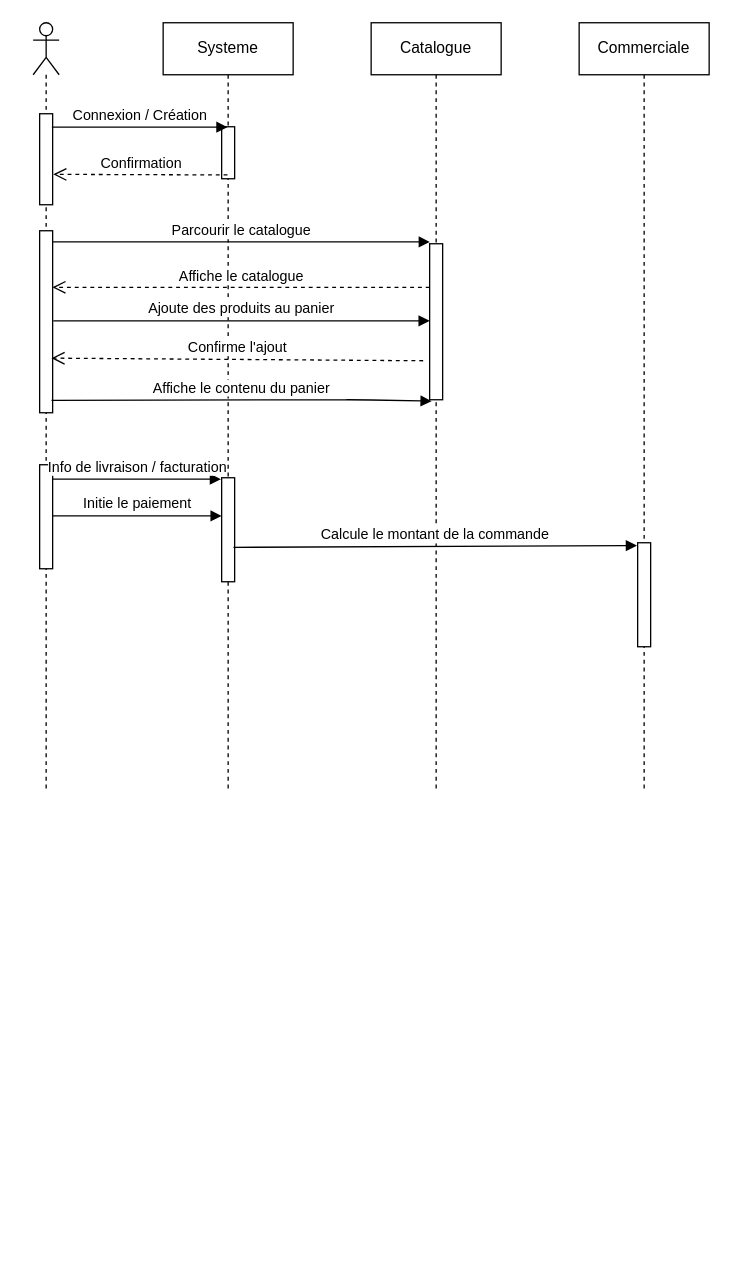
Earlier version of the draw.io diagram public/conception/diagramme_sequence.drawio (SabrarLucas/projet). Source tidied: cells renumbered, new cells numbered last; positions are measured from the earlier drawing's top-left corner, leaving out a move shared by most shapes. Both pictures are drawn from the tidied source at 130%, with x=0, y=0 at pixel (32, 22).
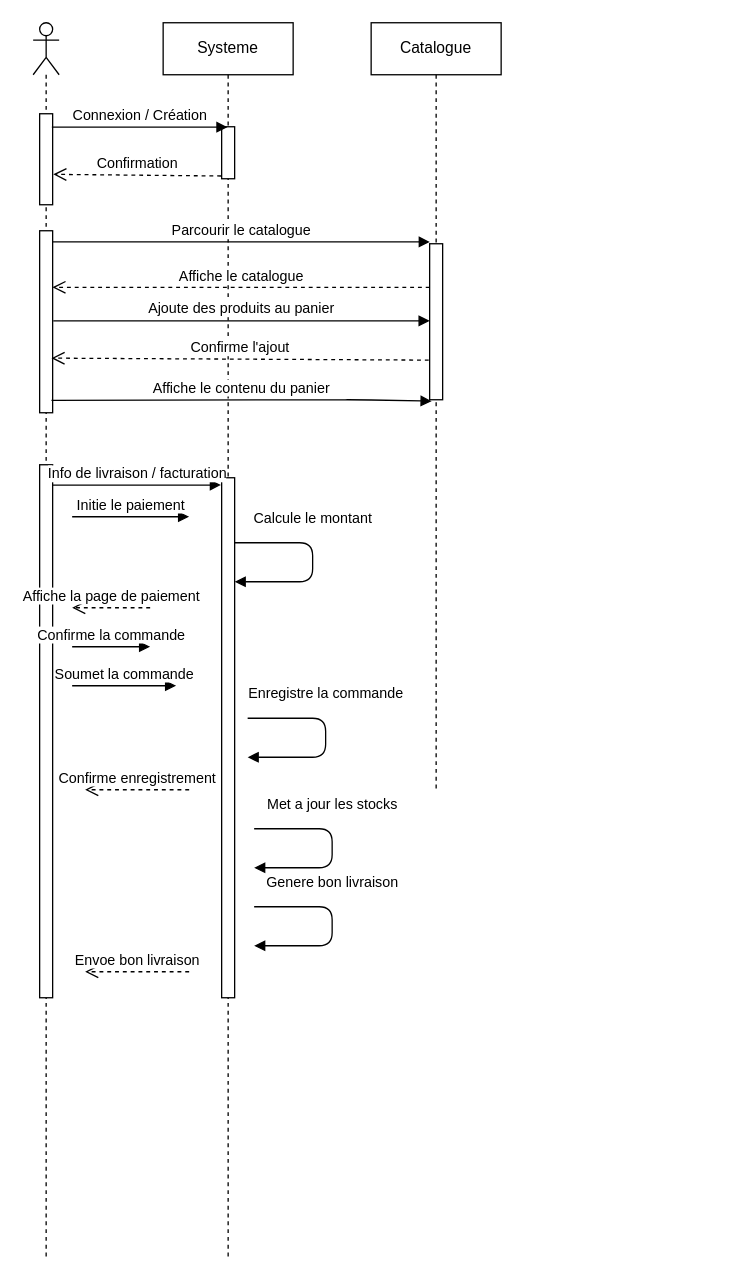
Above is the later version.

Unchanged cells that the change refers to:
```xml
<mxCell id="3" style="html=1;points=[];perimeter=orthogonalPerimeter;" parent="2" vertex="1">
  <mxGeometry x="5" y="70" width="10" height="70" as="geometry" />
</mxCell>
<mxCell id="4" style="html=1;points=[];perimeter=orthogonalPerimeter;" parent="2" vertex="1">
  <mxGeometry x="5" y="160" width="10" height="140" as="geometry" />
</mxCell>
<mxCell id="7" style="html=1;points=[];perimeter=orthogonalPerimeter;" parent="6" vertex="1">
  <mxGeometry x="45" y="80" width="10" height="40" as="geometry" />
</mxCell>
<mxCell id="10" style="html=1;points=[];perimeter=orthogonalPerimeter;" parent="9" vertex="1">
  <mxGeometry x="45" y="170" width="10" height="120" as="geometry" />
</mxCell>
```

Change to the diagram source:
```diff
@@
     <mxCell id="2" style="shape=umlLifeline;participant=umlActor;perimeter=lifelinePerimeter;whiteSpace=wrap;html=1;verticalAlign=top;spacingTop=36;" parent="1" vertex="1">
-      <mxGeometry width="20" height="590" as="geometry" />
+      <mxGeometry width="20" height="950" as="geometry" />
     </mxCell>
@@
     <mxCell id="5" style="html=1;points=[];perimeter=orthogonalPerimeter;" parent="2" vertex="1">
-      <mxGeometry x="5" y="340" width="10" height="80" as="geometry" />
+      <mxGeometry x="5" y="340" width="10" height="410" as="geometry" />
     </mxCell>
     <mxCell id="6" value="Systeme" style="shape=umlLifeline;perimeter=lifelinePerimeter;whiteSpace=wrap;html=1;outlineConnect=0;" parent="1" vertex="1">
-      <mxGeometry x="100" width="100" height="590" as="geometry" />
+      <mxGeometry x="100" width="100" height="950" as="geometry" />
     </mxCell>
@@
     <mxCell id="8" style="html=1;points=[];perimeter=orthogonalPerimeter;" parent="6" vertex="1">
-      <mxGeometry x="45" y="350" width="10" height="80" as="geometry" />
+      <mxGeometry x="45" y="350" width="10" height="400" as="geometry" />
     </mxCell>
+    <mxCell id="23" value="Calcule le montant" style="html=1;verticalAlign=bottom;endArrow=block;" parent="6" edge="1">
+      <mxGeometry x="-0.2" y="-10" relative="1" as="geometry">
+        <mxPoint x="55" y="400" as="sourcePoint" />
+        <mxPoint x="55" y="430" as="targetPoint" />
+        <Array as="points">
+          <mxPoint x="115" y="400" />
+          <mxPoint x="115" y="430" />
+        </Array>
+        <mxPoint x="10" y="-10" as="offset" />
+      </mxGeometry>
+    </mxCell>
+    <mxCell id="24" value="Envoe bon livraison" style="html=1;verticalAlign=bottom;endArrow=open;dashed=1;endSize=8;" parent="6" edge="1">
+      <mxGeometry relative="1" as="geometry">
+        <mxPoint x="20" y="730" as="sourcePoint" />
+        <mxPoint x="-60" y="730" as="targetPoint" />
+      </mxGeometry>
+    </mxCell>
@@
-    <mxCell id="11" value="Commerciale" style="shape=umlLifeline;perimeter=lifelinePerimeter;whiteSpace=wrap;html=1;" parent="1" vertex="1">
-      <mxGeometry x="420" width="100" height="590" as="geometry" />
-    </mxCell>
-    <mxCell id="12" style="html=1;points=[];perimeter=orthogonalPerimeter;" parent="11" vertex="1">
-      <mxGeometry x="45" y="400" width="10" height="80" as="geometry" />
-    </mxCell>
@@
-    <mxCell id="14" value="Confirmation" style="html=1;verticalAlign=bottom;endArrow=open;dashed=1;endSize=8;entryX=1.048;entryY=0.666;entryDx=0;entryDy=0;entryPerimeter=0;" parent="1" edge="1" source="6" target="3">
-      <mxGeometry relative="1" as="geometry">
-        <Array as="points">
-          <mxPoint x="130" y="117" />
-        </Array>
-      </mxGeometry>
+    <mxCell id="14" value="Confirmation" style="html=1;verticalAlign=bottom;endArrow=open;dashed=1;endSize=8;entryX=1.048;entryY=0.666;entryDx=0;entryDy=0;entryPerimeter=0;exitX=-0.043;exitY=0.947;exitDx=0;exitDy=0;exitPerimeter=0;" parent="1" edge="1" source="7" target="3">
+      <mxGeometry relative="1" as="geometry" />
     </mxCell>
@@
-    <mxCell id="18" value="Confirme l'ajout" style="html=1;verticalAlign=bottom;endArrow=open;dashed=1;endSize=8;entryX=0.91;entryY=0.7;entryDx=0;entryDy=0;entryPerimeter=0;" parent="1" edge="1" target="4">
-      <mxGeometry relative="1" as="geometry">
-        <mxPoint x="300" y="260" as="sourcePoint" />
-      </mxGeometry>
+    <mxCell id="18" value="Confirme l'ajout" style="html=1;verticalAlign=bottom;endArrow=open;dashed=1;endSize=8;entryX=0.91;entryY=0.7;entryDx=0;entryDy=0;entryPerimeter=0;exitX=-0.071;exitY=0.746;exitDx=0;exitDy=0;exitPerimeter=0;" parent="1" edge="1" source="10" target="4">
+      <mxGeometry relative="1" as="geometry" />
     </mxCell>
@@
-    <mxCell id="21" value="Initie le paiement" style="html=1;verticalAlign=bottom;endArrow=block;exitX=0.979;exitY=0.492;exitDx=0;exitDy=0;exitPerimeter=0;" parent="1" edge="1" source="5" target="8">
-      <mxGeometry relative="1" as="geometry" />
+    <mxCell id="21" value="Initie le paiement" style="html=1;verticalAlign=bottom;endArrow=block;" parent="1" edge="1">
+      <mxGeometry relative="1" as="geometry">
+        <mxPoint x="30" y="380" as="sourcePoint" />
+        <mxPoint x="120" y="380" as="targetPoint" />
+      </mxGeometry>
     </mxCell>
-    <mxCell id="22" value="Calcule le montant de la commande" style="html=1;verticalAlign=bottom;endArrow=block;entryX=-0.055;entryY=0.027;entryDx=0;entryDy=0;entryPerimeter=0;exitX=0.91;exitY=0.669;exitDx=0;exitDy=0;exitPerimeter=0;" parent="1" edge="1" source="8" target="12">
-      <mxGeometry relative="1" as="geometry" />
-    </mxCell>
+    <mxCell id="25" value="Affiche la page de paiement" style="html=1;verticalAlign=bottom;endArrow=open;dashed=1;endSize=8;" parent="1" edge="1">
+      <mxGeometry relative="1" as="geometry">
+        <mxPoint x="90" y="450" as="sourcePoint" />
+        <mxPoint x="30" y="450" as="targetPoint" />
+      </mxGeometry>
+    </mxCell>
+    <mxCell id="26" value="Confirme la commande" style="html=1;verticalAlign=bottom;endArrow=block;" parent="1" edge="1">
+      <mxGeometry relative="1" as="geometry">
+        <mxPoint x="30" y="480" as="sourcePoint" />
+        <mxPoint x="90" y="480" as="targetPoint" />
+      </mxGeometry>
+    </mxCell>
+    <mxCell id="27" value="Soumet la commande" style="html=1;verticalAlign=bottom;endArrow=block;" parent="1" edge="1">
+      <mxGeometry relative="1" as="geometry">
+        <mxPoint x="30" y="510" as="sourcePoint" />
+        <mxPoint x="110" y="510" as="targetPoint" />
+      </mxGeometry>
+    </mxCell>
+    <mxCell id="28" value="Enregistre la commande" style="html=1;verticalAlign=bottom;endArrow=block;" parent="1" edge="1">
+      <mxGeometry x="-0.2" y="-10" relative="1" as="geometry">
+        <mxPoint x="165" y="535" as="sourcePoint" />
+        <mxPoint x="165" y="565" as="targetPoint" />
+        <Array as="points">
+          <mxPoint x="225" y="535" />
+          <mxPoint x="225" y="565" />
+        </Array>
+        <mxPoint x="10" y="-10" as="offset" />
+      </mxGeometry>
+    </mxCell>
+    <mxCell id="29" value="Confirme enregistrement" style="html=1;verticalAlign=bottom;endArrow=open;dashed=1;endSize=8;" parent="1" edge="1">
+      <mxGeometry relative="1" as="geometry">
+        <mxPoint x="120" y="590" as="sourcePoint" />
+        <mxPoint x="40" y="590" as="targetPoint" />
+      </mxGeometry>
+    </mxCell>
+    <mxCell id="30" value="Met a jour les stocks" style="html=1;verticalAlign=bottom;endArrow=block;" parent="1" edge="1">
+      <mxGeometry x="-0.2" y="-10" relative="1" as="geometry">
+        <mxPoint x="170" y="620" as="sourcePoint" />
+        <mxPoint x="170" y="650" as="targetPoint" />
+        <Array as="points">
+          <mxPoint x="230" y="620" />
+          <mxPoint x="230" y="650" />
+        </Array>
+        <mxPoint x="10" y="-10" as="offset" />
+      </mxGeometry>
+    </mxCell>
+    <mxCell id="31" value="Genere bon livraison" style="html=1;verticalAlign=bottom;endArrow=block;" parent="1" edge="1">
+      <mxGeometry x="-0.2" y="-10" relative="1" as="geometry">
+        <mxPoint x="170" y="680" as="sourcePoint" />
+        <mxPoint x="170" y="710" as="targetPoint" />
+        <Array as="points">
+          <mxPoint x="230" y="680" />
+          <mxPoint x="230" y="710" />
+        </Array>
+        <mxPoint x="10" y="-10" as="offset" />
+      </mxGeometry>
+    </mxCell>
```
